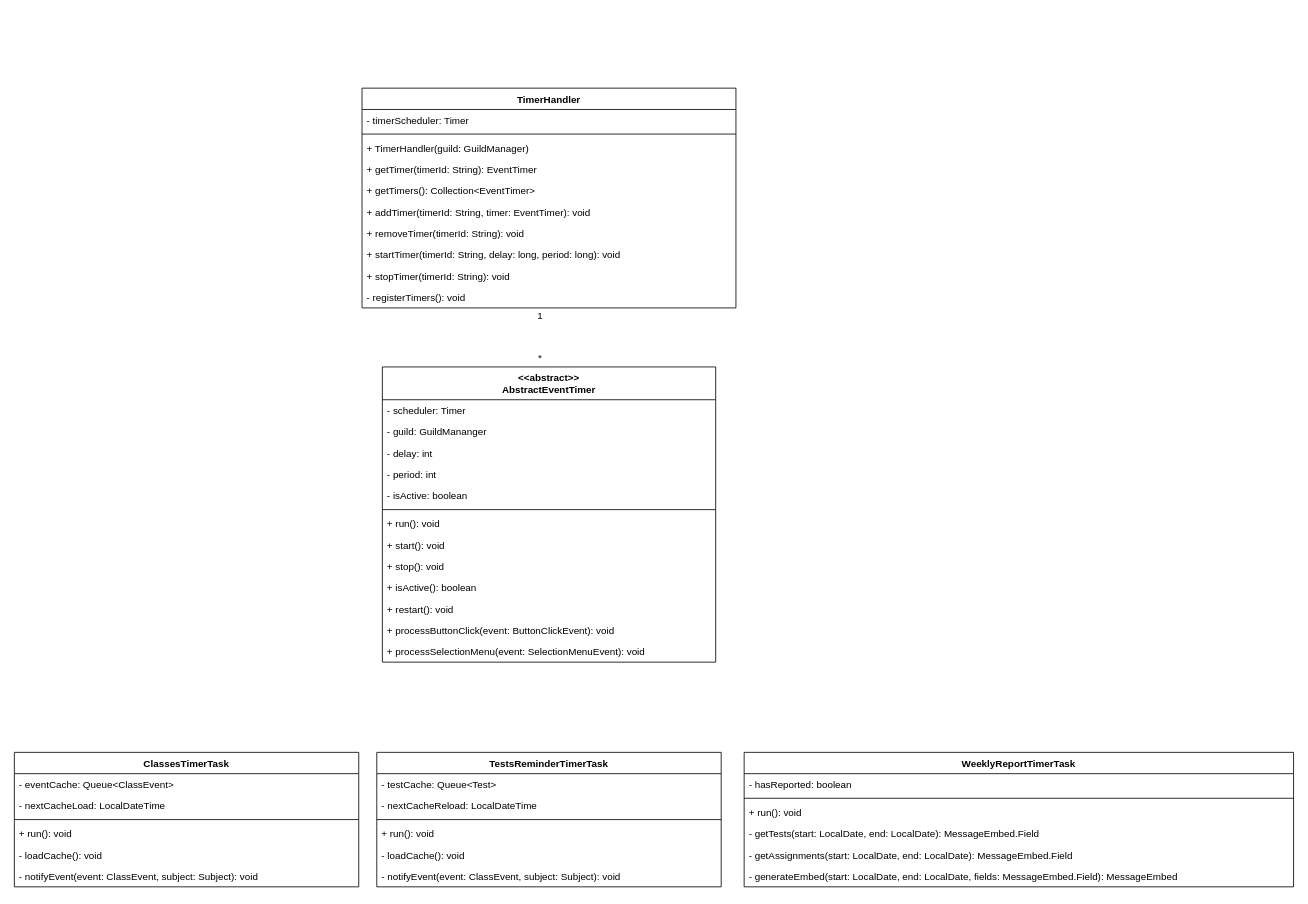
Above: page "Timers Package" (2 of 3) of ClassDiagram.drawio in luistripa/MerendaBot (draw.io), before the change. Source tidied: cells renumbered, new cells numbered last; positions are measured from the earlier drawing's top-left corner, leaving out a move shared by most shapes. Both pictures are drawn from the tidied source at 82%, with x=0, y=0 at pixel (14, 88).
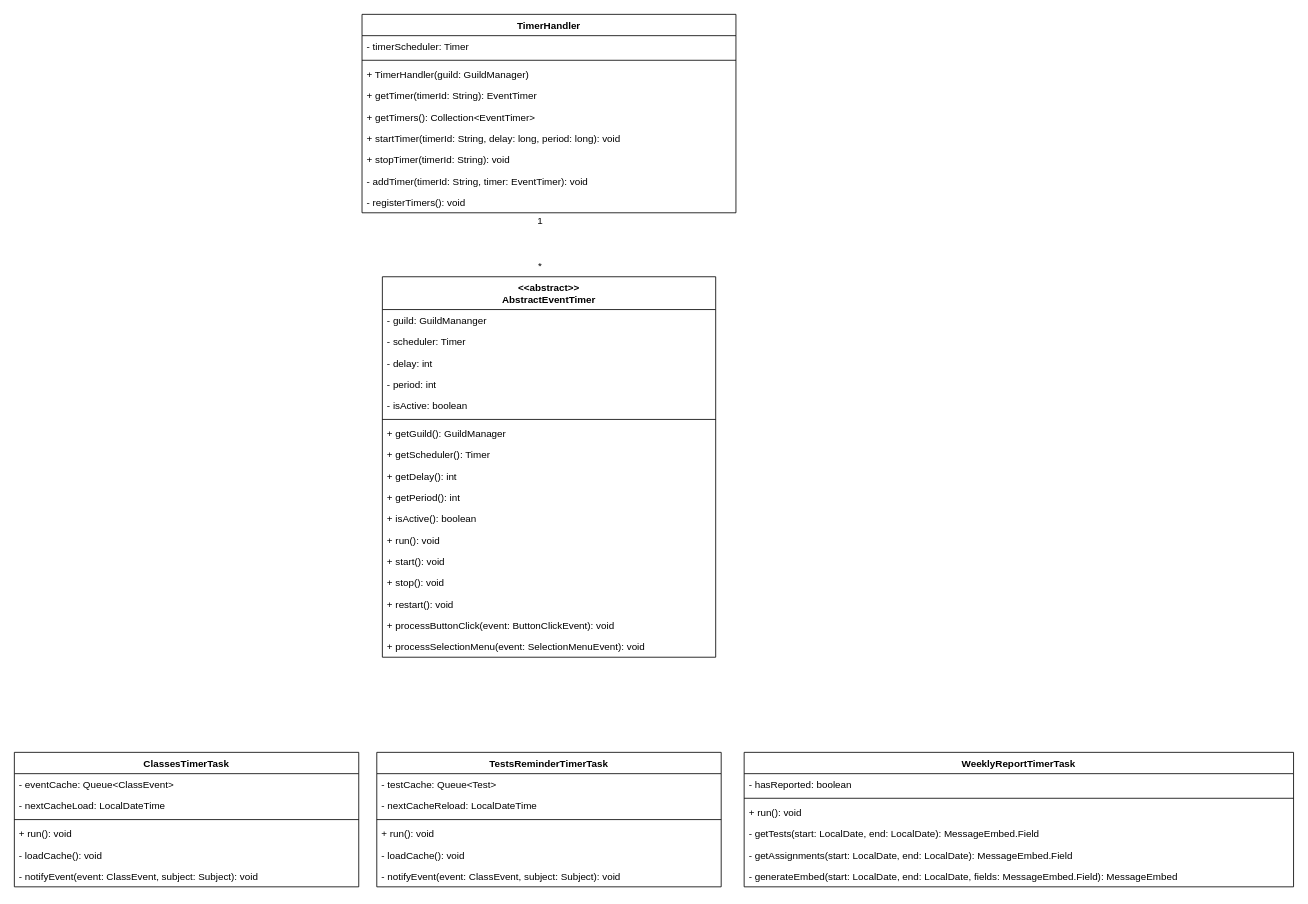
The same diagram, later.

Change to the diagram source:
```diff
@@
     <mxCell id="5" value="TimerHandler" style="swimlane;fontStyle=1;align=center;verticalAlign=top;horizontal=1;startSize=26;fontSize=12;fontFamily=Jetbrains Mono;" parent="1" vertex="1">
-      <mxGeometry x="424" width="456" height="268" as="geometry" />
+      <mxGeometry x="424" y="-90" width="456" height="242" as="geometry" />
     </mxCell>
@@
-    <mxCell id="11" value="+ addTimer(timerId: String, timer: EventTimer): void" style="text;strokeColor=none;fillColor=none;align=left;verticalAlign=top;spacingLeft=4;spacingRight=4;overflow=hidden;fontSize=12;fontFamily=Jetbrains Mono;" parent="5" vertex="1">
-      <mxGeometry y="138" width="456" height="26" as="geometry" />
-    </mxCell>
-    <mxCell id="12" value="+ removeTimer(timerId: String): void" style="text;strokeColor=none;fillColor=none;align=left;verticalAlign=top;spacingLeft=4;spacingRight=4;overflow=hidden;fontSize=12;fontFamily=Jetbrains Mono;" parent="5" vertex="1">
-      <mxGeometry y="164" width="456" height="26" as="geometry" />
-    </mxCell>
     <mxCell id="13" value="+ startTimer(timerId: String, delay: long, period: long): void" style="text;strokeColor=none;fillColor=none;align=left;verticalAlign=top;spacingLeft=4;spacingRight=4;overflow=hidden;fontSize=12;fontFamily=Jetbrains Mono;" parent="5" vertex="1">
-      <mxGeometry y="190" width="456" height="26" as="geometry" />
+      <mxGeometry y="138" width="456" height="26" as="geometry" />
     </mxCell>
     <mxCell id="14" value="+ stopTimer(timerId: String): void" style="text;strokeColor=none;fillColor=none;align=left;verticalAlign=top;spacingLeft=4;spacingRight=4;overflow=hidden;fontSize=12;fontFamily=Jetbrains Mono;" parent="5" vertex="1">
-      <mxGeometry y="216" width="456" height="26" as="geometry" />
+      <mxGeometry y="164" width="456" height="26" as="geometry" />
     </mxCell>
+    <mxCell id="11" value="- addTimer(timerId: String, timer: EventTimer): void" style="text;strokeColor=none;fillColor=none;align=left;verticalAlign=top;spacingLeft=4;spacingRight=4;overflow=hidden;fontSize=12;fontFamily=Jetbrains Mono;" parent="5" vertex="1">
+      <mxGeometry y="190" width="456" height="26" as="geometry" />
+    </mxCell>
     <mxCell id="15" value="- registerTimers(): void" style="text;strokeColor=none;fillColor=none;align=left;verticalAlign=top;spacingLeft=4;spacingRight=4;overflow=hidden;fontSize=12;fontFamily=Jetbrains Mono;" parent="5" vertex="1">
-      <mxGeometry y="242" width="456" height="26" as="geometry" />
+      <mxGeometry y="216" width="456" height="26" as="geometry" />
     </mxCell>
@@
     <mxCell id="19" value="&lt;&lt;abstract&gt;&gt;&#10;AbstractEventTimer" style="swimlane;fontStyle=1;align=center;verticalAlign=top;horizontal=1;startSize=40;fontSize=12;fontFamily=Jetbrains Mono;" parent="1" vertex="1">
-      <mxGeometry x="448.8" y="340" width="406.5" height="360" as="geometry" />
+      <mxGeometry x="448.8" y="230" width="406.5" height="464" as="geometry" />
     </mxCell>
+    <mxCell id="21" value="- guild: GuildMananger" style="text;strokeColor=none;fillColor=none;align=left;verticalAlign=top;spacingLeft=4;spacingRight=4;overflow=hidden;" parent="19" vertex="1">
+      <mxGeometry y="40" width="406.5" height="26" as="geometry" />
+    </mxCell>
     <mxCell id="20" value="- scheduler: Timer" style="text;strokeColor=none;fillColor=none;align=left;verticalAlign=top;spacingLeft=4;spacingRight=4;overflow=hidden;" parent="19" vertex="1">
-      <mxGeometry y="40" width="406.5" height="26" as="geometry" />
+      <mxGeometry y="66" width="406.5" height="26" as="geometry" />
     </mxCell>
-    <mxCell id="21" value="- guild: GuildMananger" style="text;strokeColor=none;fillColor=none;align=left;verticalAlign=top;spacingLeft=4;spacingRight=4;overflow=hidden;" parent="19" vertex="1">
-      <mxGeometry y="66" width="406.5" height="26" as="geometry" />
-    </mxCell>
@@
+    <mxCell id="54" value="+ getGuild(): GuildManager" style="text;strokeColor=none;fillColor=none;align=left;verticalAlign=top;spacingLeft=4;spacingRight=4;overflow=hidden;fontSize=12;fontFamily=Jetbrains Mono;" parent="19" vertex="1">
+      <mxGeometry y="178" width="406.5" height="26" as="geometry" />
+    </mxCell>
+    <mxCell id="55" value="+ getScheduler(): Timer" style="text;strokeColor=none;fillColor=none;align=left;verticalAlign=top;spacingLeft=4;spacingRight=4;overflow=hidden;fontSize=12;fontFamily=Jetbrains Mono;" parent="19" vertex="1">
+      <mxGeometry y="204" width="406.5" height="26" as="geometry" />
+    </mxCell>
+    <mxCell id="56" value="+ getDelay(): int" style="text;strokeColor=none;fillColor=none;align=left;verticalAlign=top;spacingLeft=4;spacingRight=4;overflow=hidden;fontSize=12;fontFamily=Jetbrains Mono;" parent="19" vertex="1">
+      <mxGeometry y="230" width="406.5" height="26" as="geometry" />
+    </mxCell>
+    <mxCell id="57" value="+ getPeriod(): int" style="text;strokeColor=none;fillColor=none;align=left;verticalAlign=top;spacingLeft=4;spacingRight=4;overflow=hidden;fontSize=12;fontFamily=Jetbrains Mono;" parent="19" vertex="1">
+      <mxGeometry y="256" width="406.5" height="26" as="geometry" />
+    </mxCell>
+    <mxCell id="29" value="+ isActive(): boolean" style="text;strokeColor=none;fillColor=none;align=left;verticalAlign=top;spacingLeft=4;spacingRight=4;overflow=hidden;fontSize=12;fontFamily=Jetbrains Mono;" parent="19" vertex="1">
+      <mxGeometry y="282" width="406.5" height="26" as="geometry" />
+    </mxCell>
     <mxCell id="26" value="+ run(): void" style="text;strokeColor=none;fillColor=none;align=left;verticalAlign=top;spacingLeft=4;spacingRight=4;overflow=hidden;fontSize=12;fontFamily=Jetbrains Mono;" parent="19" vertex="1">
-      <mxGeometry y="178" width="406.5" height="26" as="geometry" />
+      <mxGeometry y="308" width="406.5" height="26" as="geometry" />
     </mxCell>
     <mxCell id="27" value="+ start(): void" style="text;strokeColor=none;fillColor=none;align=left;verticalAlign=top;spacingLeft=4;spacingRight=4;overflow=hidden;fontSize=12;fontFamily=Jetbrains Mono;" parent="19" vertex="1">
-      <mxGeometry y="204" width="406.5" height="26" as="geometry" />
+      <mxGeometry y="334" width="406.5" height="26" as="geometry" />
     </mxCell>
     <mxCell id="28" value="+ stop(): void" style="text;strokeColor=none;fillColor=none;align=left;verticalAlign=top;spacingLeft=4;spacingRight=4;overflow=hidden;fontSize=12;fontFamily=Jetbrains Mono;" parent="19" vertex="1">
-      <mxGeometry y="230" width="406.5" height="26" as="geometry" />
+      <mxGeometry y="360" width="406.5" height="26" as="geometry" />
     </mxCell>
-    <mxCell id="29" value="+ isActive(): boolean" style="text;strokeColor=none;fillColor=none;align=left;verticalAlign=top;spacingLeft=4;spacingRight=4;overflow=hidden;fontSize=12;fontFamily=Jetbrains Mono;" parent="19" vertex="1">
-      <mxGeometry y="256" width="406.5" height="26" as="geometry" />
-    </mxCell>
     <mxCell id="30" value="+ restart(): void" style="text;strokeColor=none;fillColor=none;align=left;verticalAlign=top;spacingLeft=4;spacingRight=4;overflow=hidden;fontSize=12;fontFamily=Jetbrains Mono;" parent="19" vertex="1">
-      <mxGeometry y="282" width="406.5" height="26" as="geometry" />
+      <mxGeometry y="386" width="406.5" height="26" as="geometry" />
     </mxCell>
     <mxCell id="31" value="+ processButtonClick(event: ButtonClickEvent): void" style="text;strokeColor=none;fillColor=none;align=left;verticalAlign=top;spacingLeft=4;spacingRight=4;overflow=hidden;fontSize=12;fontFamily=Jetbrains Mono;" parent="19" vertex="1">
-      <mxGeometry y="308" width="406.5" height="26" as="geometry" />
+      <mxGeometry y="412" width="406.5" height="26" as="geometry" />
     </mxCell>
     <mxCell id="32" value="+ processSelectionMenu(event: SelectionMenuEvent): void" style="text;strokeColor=none;fillColor=none;align=left;verticalAlign=top;spacingLeft=4;spacingRight=4;overflow=hidden;fontSize=12;fontFamily=Jetbrains Mono;" parent="19" vertex="1">
-      <mxGeometry y="334" width="406.5" height="26" as="geometry" />
+      <mxGeometry y="438" width="406.5" height="26" as="geometry" />
     </mxCell>
```
